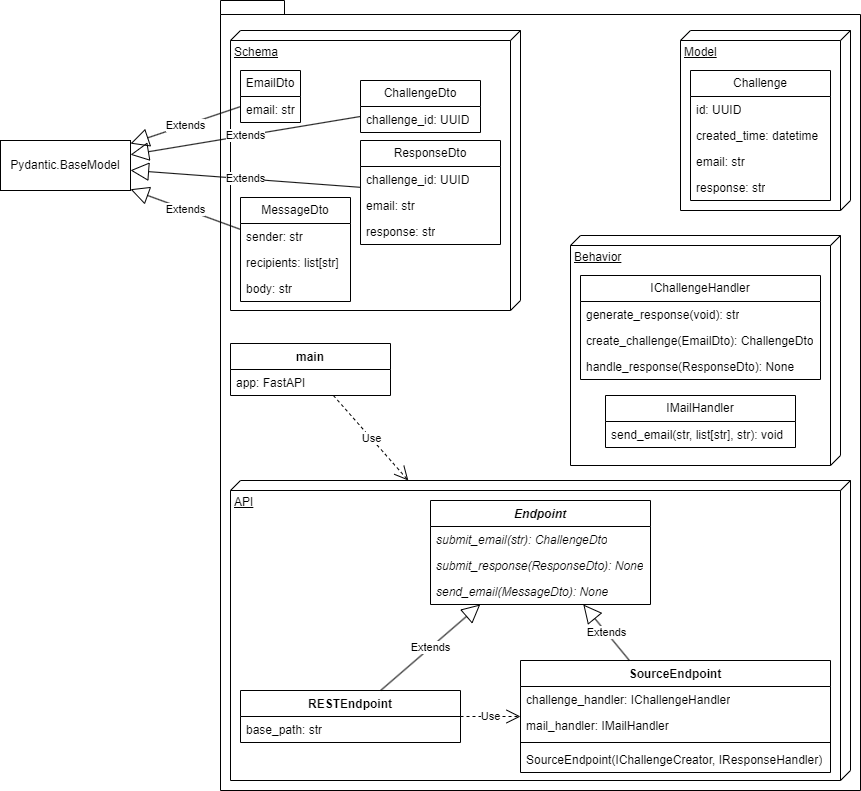
The draw.io diagram docs/uml.png in mwhicks-dev/authmail, before a commit. Source tidied: cells renumbered, new cells last; positions are measured from the earlier drawing's top-left corner, leaving out a move shared by most shapes.
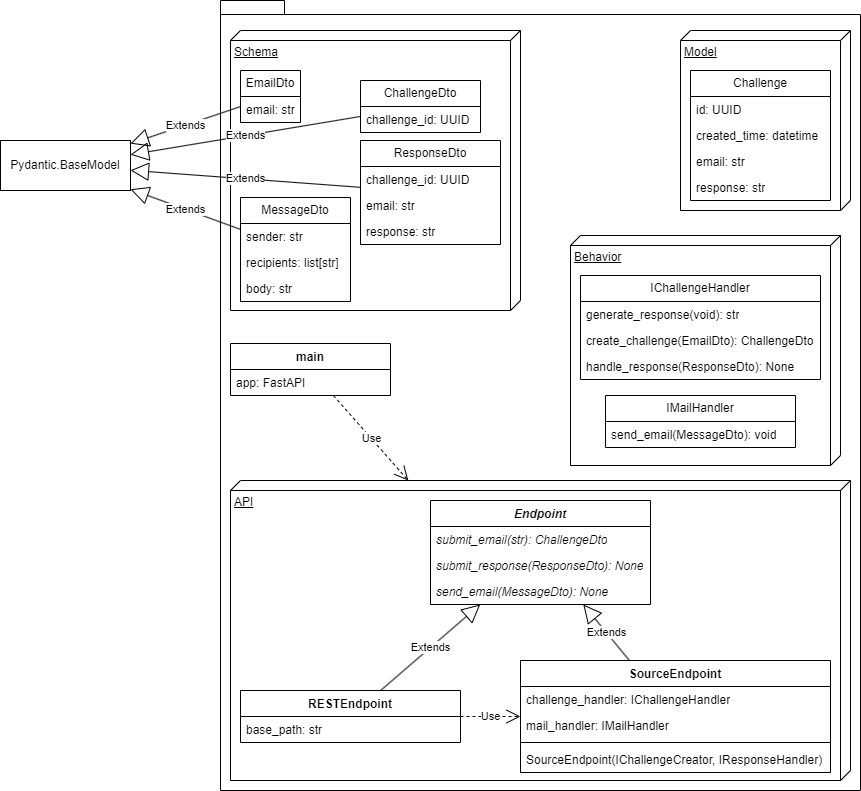
Above is the later version.

What changed in the source:
```diff
@@ -134,7 +134,7 @@
     <mxCell id="45" value="IMailHandler" style="swimlane;fontStyle=0;horizontal=1;startSize=26;fillColor=none;whiteSpace=wrap;html=1;" parent="1" vertex="1">
       <mxGeometry x="605" y="395" width="190" height="52" as="geometry" />
     </mxCell>
-    <mxCell id="46" value="send_email(str, list[str], str): void" style="text;strokeColor=none;fillColor=none;align=left;verticalAlign=top;spacingLeft=4;spacingRight=4;overflow=hidden;whiteSpace=wrap;html=1;" parent="45" vertex="1">
+    <mxCell id="46" value="send_email(MessageDto): void" style="text;strokeColor=none;fillColor=none;align=left;verticalAlign=top;spacingLeft=4;spacingRight=4;overflow=hidden;whiteSpace=wrap;html=1;" parent="45" vertex="1">
       <mxGeometry y="26" width="190" height="26" as="geometry" />
     </mxCell>
     <mxCell id="47" value="MessageDto" style="swimlane;fontStyle=0;horizontal=1;startSize=26;fillColor=none;whiteSpace=wrap;html=1;" parent="1" vertex="1">
```
